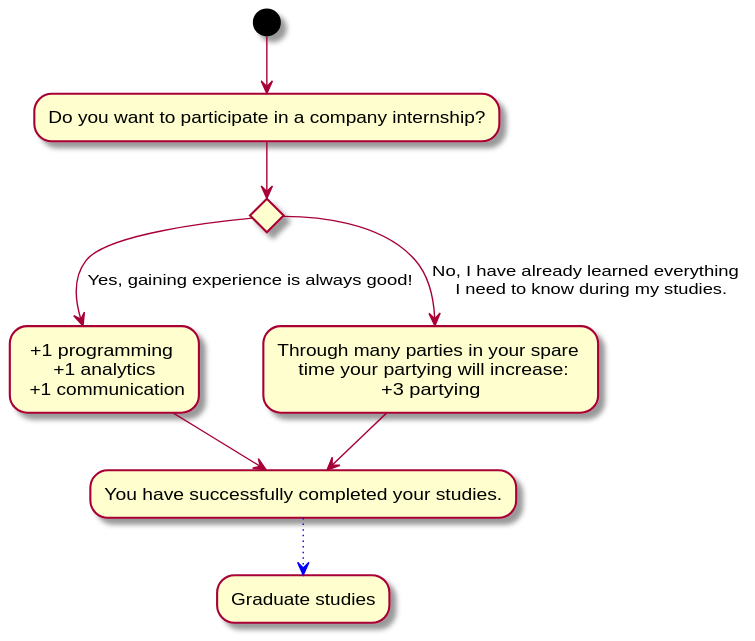
Brotenko/QualityQuest keeps this PlantUML diagram as Docs/Technical Specifications/docs/diagrams/StoryFlow/StoryFlow_Decision_3.svg. Above is the earlier version.
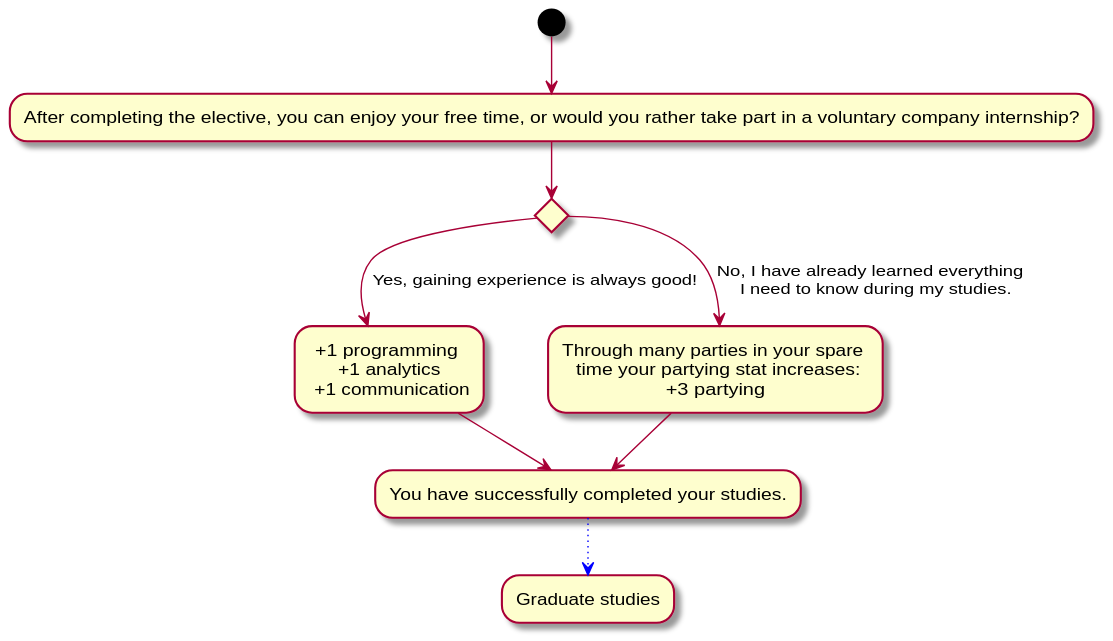
Later version of the same file.

The edit, as a diff of the source:
```diff
@@ -1,9 +1,9 @@
 @startuml
-(*) --> "Do you want to participate in a company internship?"
+(*) --> "After completing the elective, you can enjoy your free time, or would you rather take part in a voluntary company internship?"
 if "" then
 --> [Yes, gaining experience is always good!] "+1 programming \n +1 analytics \n +1 communication" as ja
 else
---> [No, I have already learned everything \n I need to know during my studies.] "Through many parties in your spare \n time your partying will increase:\n +3 partying " as nein
+--> [No, I have already learned everything \n I need to know during my studies.] "Through many parties in your spare \n time your partying stat increases:\n +3 partying " as nein
 
 ja --> "You have successfully completed your studies." as a
 nein --> a
```
